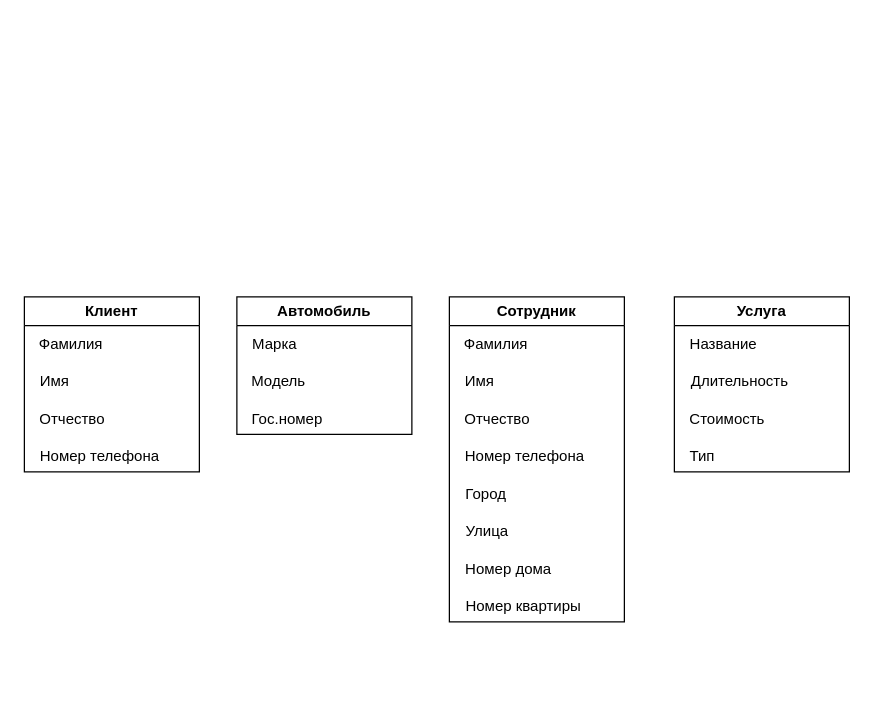
The draw.io diagram Диаграмма классов.drawio in Mejioy/PPO, before the edit. Source tidied: cells renumbered, new cells numbered last; positions are measured from the earlier drawing's top-left corner, leaving out a move shared by most shapes. Both pictures are drawn from the tidied source at 125%, with x=0, y=0 at pixel (21, 296).
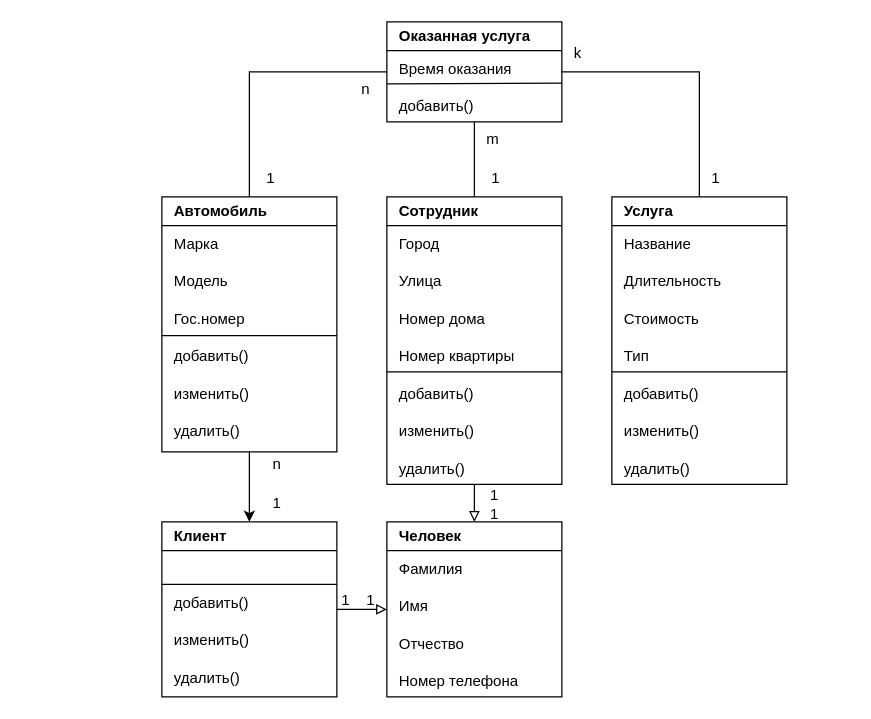
After the change.

Change to the diagram source:
```diff
@@
+    <mxCell id="25" style="edgeStyle=orthogonalEdgeStyle;rounded=0;jettySize=auto;html=1;exitX=1;exitY=0.5;exitDx=0;exitDy=0;entryX=0;entryY=0.5;entryDx=0;entryDy=0;endArrow=block;endFill=0;" parent="1" edge="1" source="2" target="59">
+      <mxGeometry relative="1" as="geometry" />
+    </mxCell>
-    <mxCell id="2" value="Клиент" style="swimlane;whiteSpace=wrap;html=1;" parent="1" vertex="1">
-      <mxGeometry x="2" width="140" height="140" as="geometry" />
+    <mxCell id="2" value="Клиент" style="swimlane;whiteSpace=wrap;html=1;spacing=0;align=left;spacingLeft=10;" parent="1" vertex="1">
+      <mxGeometry x="112" y="180" width="140" height="140" as="geometry" />
     </mxCell>
-    <mxCell id="3" value="Фамилия" style="text;html=1;align=center;verticalAlign=middle;strokeColor=none;fillColor=none;" parent="2" vertex="1">
-      <mxGeometry x="2" y="23" width="70" height="30" as="geometry" />
-    </mxCell>
-    <mxCell id="4" value="Имя" style="text;html=1;align=center;verticalAlign=middle;strokeColor=none;fillColor=none;" parent="2" vertex="1">
-      <mxGeometry x="-1" y="53" width="50" height="30" as="geometry" />
-    </mxCell>
-    <mxCell id="5" value="Отчество" style="text;html=1;align=center;verticalAlign=middle;strokeColor=none;fillColor=none;" parent="2" vertex="1">
-      <mxGeometry x="-2" y="83" width="80" height="30" as="geometry" />
-    </mxCell>
-    <mxCell id="6" value="Номер телефона" style="text;html=1;align=center;verticalAlign=middle;strokeColor=none;fillColor=none;" parent="2" vertex="1">
-      <mxGeometry y="113" width="120" height="30" as="geometry" />
-    </mxCell>
+    <mxCell id="26" value="добавить()" style="text;html=1;align=left;verticalAlign=middle;strokeColor=none;fillColor=none;spacing=0;spacingLeft=10;" parent="2" vertex="1">
+      <mxGeometry y="55" width="90" height="20" as="geometry" />
+    </mxCell>
+    <mxCell id="27" value="изменить()" style="text;html=1;align=left;verticalAlign=middle;strokeColor=none;fillColor=none;spacing=0;spacingLeft=10;" parent="2" vertex="1">
+      <mxGeometry y="85" width="90" height="20" as="geometry" />
+    </mxCell>
+    <mxCell id="28" value="удалить()" style="text;html=1;align=left;verticalAlign=middle;strokeColor=none;fillColor=none;spacing=0;spacingLeft=10;" parent="2" vertex="1">
+      <mxGeometry y="115" width="80" height="20" as="geometry" />
+    </mxCell>
+    <mxCell id="29" style="endArrow=none;html=1;rounded=0;" parent="2" edge="1">
+      <mxGeometry relative="1" as="geometry">
+        <mxPoint y="50" as="sourcePoint" />
+        <mxPoint x="140" y="50" as="targetPoint" />
+      </mxGeometry>
+    </mxCell>
+    <mxCell id="30" style="edgeStyle=orthogonalEdgeStyle;rounded=0;jettySize=auto;html=1;exitX=0.5;exitY=1;exitDx=0;exitDy=0;entryX=0.5;entryY=0;entryDx=0;entryDy=0;" parent="1" edge="1" source="7" target="2">
+      <mxGeometry relative="1" as="geometry" />
+    </mxCell>
+    <mxCell id="31" style="edgeStyle=orthogonalEdgeStyle;rounded=0;jettySize=auto;html=1;exitX=0.5;exitY=0;exitDx=0;exitDy=0;entryX=0;entryY=0.5;entryDx=0;entryDy=0;endArrow=none;endFill=0;" parent="1" edge="1" source="7" target="46">
+      <mxGeometry relative="1" as="geometry" />
+    </mxCell>
-    <mxCell id="7" value="Автомобиль" style="swimlane;whiteSpace=wrap;html=1;" parent="1" vertex="1">
-      <mxGeometry x="172" width="140" height="110" as="geometry" />
+    <mxCell id="7" value="Автомобиль" style="swimlane;whiteSpace=wrap;html=1;spacing=0;align=left;spacingLeft=10;" parent="1" vertex="1">
+      <mxGeometry x="112" y="-80" width="140" height="204" as="geometry" />
     </mxCell>
-    <mxCell id="8" value="Марка" style="text;html=1;align=center;verticalAlign=middle;strokeColor=none;fillColor=none;" parent="7" vertex="1">
-      <mxGeometry y="23" width="60" height="30" as="geometry" />
+    <mxCell id="8" value="Марка" style="text;html=1;align=left;verticalAlign=middle;strokeColor=none;fillColor=none;spacing=0;spacingLeft=10;" parent="7" vertex="1">
+      <mxGeometry y="28" width="60" height="20" as="geometry" />
     </mxCell>
-    <mxCell id="9" value="Модель" style="text;html=1;align=center;verticalAlign=middle;strokeColor=none;fillColor=none;" parent="7" vertex="1">
-      <mxGeometry x="-2" y="53" width="70" height="30" as="geometry" />
+    <mxCell id="9" value="Модель" style="text;html=1;align=left;verticalAlign=middle;strokeColor=none;fillColor=none;spacing=0;spacingLeft=10;" parent="7" vertex="1">
+      <mxGeometry y="58" width="70" height="20" as="geometry" />
     </mxCell>
-    <mxCell id="10" value="Гос.номер" style="text;html=1;align=center;verticalAlign=middle;strokeColor=none;fillColor=none;" parent="7" vertex="1">
-      <mxGeometry y="83" width="80" height="30" as="geometry" />
+    <mxCell id="10" value="Гос.номер" style="text;html=1;align=left;verticalAlign=middle;strokeColor=none;fillColor=none;spacing=0;spacingLeft=10;" parent="7" vertex="1">
+      <mxGeometry y="88" width="80" height="20" as="geometry" />
     </mxCell>
+    <mxCell id="32" value="добавить()" style="text;html=1;align=left;verticalAlign=middle;strokeColor=none;fillColor=none;spacing=0;spacingLeft=10;" parent="7" vertex="1">
+      <mxGeometry y="118" width="90" height="20" as="geometry" />
+    </mxCell>
+    <mxCell id="33" value="изменить()" style="text;html=1;align=left;verticalAlign=middle;strokeColor=none;fillColor=none;spacing=0;spacingLeft=10;" parent="7" vertex="1">
+      <mxGeometry y="148" width="90" height="20" as="geometry" />
+    </mxCell>
+    <mxCell id="34" value="удалить()" style="text;html=1;align=left;verticalAlign=middle;strokeColor=none;fillColor=none;spacing=0;spacingLeft=10;" parent="7" vertex="1">
+      <mxGeometry y="178" width="80" height="20" as="geometry" />
+    </mxCell>
+    <mxCell id="35" style="edgeStyle=orthogonalEdgeStyle;rounded=0;jettySize=auto;html=1;exitX=0.5;exitY=0;exitDx=0;exitDy=0;entryX=0.5;entryY=1;entryDx=0;entryDy=0;endArrow=none;endFill=0;spacing=0;align=left;spacingLeft=10;" parent="1" edge="1" source="11" target="46">
+      <mxGeometry relative="1" as="geometry" />
+    </mxCell>
+    <mxCell id="36" style="edgeStyle=orthogonalEdgeStyle;rounded=0;jettySize=auto;html=1;exitX=0.5;exitY=1;exitDx=0;exitDy=0;entryX=0.5;entryY=0;entryDx=0;entryDy=0;endArrow=block;endFill=0;" parent="1" edge="1" source="11" target="59">
+      <mxGeometry relative="1" as="geometry" />
+    </mxCell>
-    <mxCell id="11" value="Сотрудник" style="swimlane;whiteSpace=wrap;html=1;" parent="1" vertex="1">
-      <mxGeometry x="342" width="140" height="260" as="geometry" />
+    <mxCell id="11" value="Сотрудник" style="swimlane;whiteSpace=wrap;html=1;spacing=0;align=left;spacingLeft=10;" parent="1" vertex="1">
+      <mxGeometry x="292" y="-80" width="140" height="230" as="geometry" />
     </mxCell>
-    <mxCell id="12" value="Фамилия" style="text;html=1;align=center;verticalAlign=middle;strokeColor=none;fillColor=none;" parent="11" vertex="1">
-      <mxGeometry x="2" y="23" width="70" height="30" as="geometry" />
-    </mxCell>
-    <mxCell id="13" value="Имя" style="text;html=1;align=center;verticalAlign=middle;strokeColor=none;fillColor=none;" parent="11" vertex="1">
-      <mxGeometry x="-1" y="53" width="50" height="30" as="geometry" />
-    </mxCell>
-    <mxCell id="14" value="Отчество" style="text;html=1;align=center;verticalAlign=middle;strokeColor=none;fillColor=none;" parent="11" vertex="1">
-      <mxGeometry x="-2" y="83" width="80" height="30" as="geometry" />
-    </mxCell>
-    <mxCell id="15" value="Номер телефона" style="text;html=1;align=center;verticalAlign=middle;strokeColor=none;fillColor=none;" parent="11" vertex="1">
-      <mxGeometry y="113" width="120" height="30" as="geometry" />
-    </mxCell>
-    <mxCell id="16" value="Город" style="text;html=1;align=center;verticalAlign=middle;strokeColor=none;fillColor=none;" parent="11" vertex="1">
-      <mxGeometry x="-1" y="143" width="60" height="30" as="geometry" />
+    <mxCell id="16" value="Город" style="text;html=1;align=left;verticalAlign=middle;strokeColor=none;fillColor=none;spacing=0;spacingLeft=10;" parent="11" vertex="1">
+      <mxGeometry y="28" width="60" height="20" as="geometry" />
     </mxCell>
-    <mxCell id="17" value="Номер дома" style="text;html=1;align=center;verticalAlign=middle;strokeColor=none;fillColor=none;" parent="11" vertex="1">
-      <mxGeometry x="2" y="203" width="90" height="30" as="geometry" />
+    <mxCell id="17" value="Номер дома" style="text;html=1;align=left;verticalAlign=middle;strokeColor=none;fillColor=none;spacing=0;spacingLeft=10;" parent="11" vertex="1">
+      <mxGeometry y="88" width="100" height="20" as="geometry" />
     </mxCell>
-    <mxCell id="18" value="Улица" style="text;html=1;align=center;verticalAlign=middle;strokeColor=none;fillColor=none;" parent="11" vertex="1">
-      <mxGeometry y="173" width="60" height="30" as="geometry" />
+    <mxCell id="18" value="Улица" style="text;html=1;align=left;verticalAlign=middle;strokeColor=none;fillColor=none;spacing=0;spacingLeft=10;" parent="11" vertex="1">
+      <mxGeometry y="58" width="60" height="20" as="geometry" />
     </mxCell>
-    <mxCell id="19" value="Номер квартиры" style="text;html=1;align=center;verticalAlign=middle;strokeColor=none;fillColor=none;" parent="11" vertex="1">
-      <mxGeometry x="-1" y="233" width="120" height="30" as="geometry" />
+    <mxCell id="19" value="Номер квартиры" style="text;html=1;align=left;verticalAlign=middle;strokeColor=none;fillColor=none;spacing=0;spacingLeft=10;" parent="11" vertex="1">
+      <mxGeometry y="118" width="120" height="20" as="geometry" />
     </mxCell>
+    <mxCell id="37" value="добавить()" style="text;html=1;align=left;verticalAlign=middle;strokeColor=none;fillColor=none;spacing=0;spacingLeft=10;" parent="11" vertex="1">
+      <mxGeometry y="148" width="90" height="20" as="geometry" />
+    </mxCell>
+    <mxCell id="38" value="изменить()" style="text;html=1;align=left;verticalAlign=middle;strokeColor=none;fillColor=none;spacing=0;spacingLeft=10;" parent="11" vertex="1">
+      <mxGeometry y="178" width="90" height="20" as="geometry" />
+    </mxCell>
+    <mxCell id="39" value="удалить()" style="text;html=1;align=left;verticalAlign=middle;strokeColor=none;fillColor=none;spacing=0;spacingLeft=10;" parent="11" vertex="1">
+      <mxGeometry y="208" width="80" height="20" as="geometry" />
+    </mxCell>
+    <mxCell id="40" style="endArrow=none;html=1;rounded=0;" parent="11" edge="1">
+      <mxGeometry relative="1" as="geometry">
+        <mxPoint y="140" as="sourcePoint" />
+        <mxPoint x="140" y="140" as="targetPoint" />
+      </mxGeometry>
+    </mxCell>
+    <mxCell id="41" style="edgeStyle=orthogonalEdgeStyle;rounded=0;jettySize=auto;html=1;exitX=0.5;exitY=0;exitDx=0;exitDy=0;entryX=1;entryY=0.5;entryDx=0;entryDy=0;endArrow=none;endFill=0;spacing=0;align=left;spacingLeft=10;" parent="1" edge="1" source="20" target="46">
+      <mxGeometry relative="1" as="geometry" />
+    </mxCell>
-    <mxCell id="20" value="Услуга" style="swimlane;whiteSpace=wrap;html=1;" parent="1" vertex="1">
-      <mxGeometry x="522" width="140" height="140" as="geometry" />
+    <mxCell id="20" value="Услуга" style="swimlane;whiteSpace=wrap;html=1;spacing=0;align=left;spacingLeft=10;" parent="1" vertex="1">
+      <mxGeometry x="472" y="-80" width="140" height="230" as="geometry" />
     </mxCell>
-    <mxCell id="21" value="Название" style="text;html=1;align=center;verticalAlign=middle;strokeColor=none;fillColor=none;" parent="20" vertex="1">
-      <mxGeometry x="-1" y="23" width="80" height="30" as="geometry" />
+    <mxCell id="21" value="Название" style="text;html=1;align=left;verticalAlign=middle;strokeColor=none;fillColor=none;spacing=0;spacingLeft=10;" parent="20" vertex="1">
+      <mxGeometry y="28" width="80" height="20" as="geometry" />
     </mxCell>
-    <mxCell id="22" value="Длительность" style="text;html=1;align=center;verticalAlign=middle;strokeColor=none;fillColor=none;" parent="20" vertex="1">
-      <mxGeometry x="2" y="53" width="100" height="30" as="geometry" />
+    <mxCell id="22" value="Длительность" style="text;html=1;align=left;verticalAlign=middle;strokeColor=none;fillColor=none;spacing=0;spacingLeft=10;" parent="20" vertex="1">
+      <mxGeometry y="58" width="110" height="20" as="geometry" />
     </mxCell>
-    <mxCell id="23" value="Стоимость" style="text;html=1;align=center;verticalAlign=middle;strokeColor=none;fillColor=none;" parent="20" vertex="1">
-      <mxGeometry x="2" y="83" width="80" height="30" as="geometry" />
+    <mxCell id="23" value="Стоимость" style="text;html=1;align=left;verticalAlign=middle;strokeColor=none;fillColor=none;spacing=0;spacingLeft=10;" parent="20" vertex="1">
+      <mxGeometry y="88" width="90" height="20" as="geometry" />
     </mxCell>
-    <mxCell id="24" value="Тип" style="text;html=1;align=center;verticalAlign=middle;strokeColor=none;fillColor=none;" parent="20" vertex="1">
-      <mxGeometry x="2" y="113" width="40" height="30" as="geometry" />
+    <mxCell id="24" value="Тип" style="text;html=1;align=left;verticalAlign=middle;strokeColor=none;fillColor=none;spacing=0;spacingLeft=10;" parent="20" vertex="1">
+      <mxGeometry y="118" width="50" height="20" as="geometry" />
     </mxCell>
+    <mxCell id="42" value="добавить()" style="text;html=1;align=left;verticalAlign=middle;strokeColor=none;fillColor=none;spacing=0;spacingLeft=10;" parent="20" vertex="1">
+      <mxGeometry y="148" width="90" height="20" as="geometry" />
+    </mxCell>
+    <mxCell id="43" value="изменить()" style="text;html=1;align=left;verticalAlign=middle;strokeColor=none;fillColor=none;spacing=0;spacingLeft=10;" parent="20" vertex="1">
+      <mxGeometry y="178" width="90" height="20" as="geometry" />
+    </mxCell>
+    <mxCell id="44" value="удалить()" style="text;html=1;align=left;verticalAlign=middle;strokeColor=none;fillColor=none;spacing=0;spacingLeft=10;" parent="20" vertex="1">
+      <mxGeometry y="208" width="80" height="20" as="geometry" />
+    </mxCell>
+    <mxCell id="45" style="endArrow=none;html=1;rounded=0;" parent="20" edge="1">
+      <mxGeometry relative="1" as="geometry">
+        <mxPoint y="140" as="sourcePoint" />
+        <mxPoint x="140" y="140" as="targetPoint" />
+      </mxGeometry>
+    </mxCell>
+    <mxCell id="46" value="Оказанная услуга" style="swimlane;whiteSpace=wrap;html=1;spacing=0;align=left;spacingLeft=10;" parent="1" vertex="1">
+      <mxGeometry x="292" y="-220" width="140" height="80" as="geometry" />
+    </mxCell>
+    <mxCell id="47" value="Время оказания" style="text;align=left;verticalAlign=middle;strokeColor=none;fillColor=none;imageHeight=24;html=1;spacing=0;spacingLeft=10;" parent="46" vertex="1">
+      <mxGeometry y="28" width="120" height="20" as="geometry" />
+    </mxCell>
+    <mxCell id="48" value="добавить()" style="text;html=1;align=left;verticalAlign=middle;strokeColor=none;fillColor=none;spacing=0;spacingLeft=10;" parent="46" vertex="1">
+      <mxGeometry y="58" width="90" height="20" as="geometry" />
+    </mxCell>
+    <mxCell id="49" value="k" style="text;html=1;strokeColor=none;fillColor=none;align=left;verticalAlign=middle;whiteSpace=wrap;rounded=0;spacing=0;spacingLeft=0;" parent="1" vertex="1">
+      <mxGeometry x="442" y="-200" width="7" height="10" as="geometry" />
+    </mxCell>
+    <mxCell id="50" style="endArrow=none;html=1;rounded=0;exitX=1.003;exitY=0.649;exitDx=0;exitDy=0;spacing=0;align=left;spacingLeft=10;exitPerimeter=0;" parent="1" edge="1">
+      <mxGeometry relative="1" as="geometry">
+        <mxPoint x="292.2" y="-170.5" as="sourcePoint" />
+        <mxPoint x="432" y="-171" as="targetPoint" />
+      </mxGeometry>
+    </mxCell>
+    <mxCell id="51" value="m" style="text;html=1;strokeColor=none;fillColor=none;align=left;verticalAlign=middle;whiteSpace=wrap;rounded=0;spacing=0;spacingLeft=0;" parent="1" vertex="1">
+      <mxGeometry x="372" y="-130" width="10" height="8" as="geometry" />
+    </mxCell>
+    <mxCell id="52" value="n" style="text;html=1;strokeColor=none;fillColor=none;align=left;verticalAlign=middle;whiteSpace=wrap;rounded=0;spacing=0;spacingLeft=0;" parent="1" vertex="1">
+      <mxGeometry x="272" y="-170" width="7" height="7" as="geometry" />
+    </mxCell>
+    <mxCell id="53" value="1" style="text;html=1;strokeColor=none;fillColor=none;align=left;verticalAlign=middle;whiteSpace=wrap;rounded=0;spacing=0;spacingLeft=0;" parent="1" vertex="1">
+      <mxGeometry x="376" y="-100" width="5" height="10" as="geometry" />
+    </mxCell>
+    <mxCell id="54" value="1" style="text;html=1;strokeColor=none;fillColor=none;align=left;verticalAlign=middle;whiteSpace=wrap;rounded=0;spacing=0;spacingLeft=0;" parent="1" vertex="1">
+      <mxGeometry x="552" y="-100" width="5" height="10" as="geometry" />
+    </mxCell>
+    <mxCell id="55" value="1" style="text;html=1;strokeColor=none;fillColor=none;align=left;verticalAlign=middle;whiteSpace=wrap;rounded=0;spacing=0;spacingLeft=0;" parent="1" vertex="1">
+      <mxGeometry x="201" y="160" width="5" height="10" as="geometry" />
+    </mxCell>
+    <mxCell id="56" value="n" style="text;html=1;strokeColor=none;fillColor=none;align=left;verticalAlign=middle;whiteSpace=wrap;rounded=0;spacing=0;spacingLeft=0;" parent="1" vertex="1">
+      <mxGeometry x="201" y="130" width="7" height="7" as="geometry" />
+    </mxCell>
+    <mxCell id="57" style="endArrow=none;html=1;rounded=0;" parent="1" edge="1">
+      <mxGeometry relative="1" as="geometry">
+        <mxPoint x="112" y="31" as="sourcePoint" />
+        <mxPoint x="252" y="31" as="targetPoint" />
+      </mxGeometry>
+    </mxCell>
+    <mxCell id="58" value="1" style="text;html=1;strokeColor=none;fillColor=none;align=left;verticalAlign=middle;whiteSpace=wrap;rounded=0;spacing=0;spacingLeft=0;" parent="1" vertex="1">
+      <mxGeometry x="196" y="-100" width="5" height="10" as="geometry" />
+    </mxCell>
+    <mxCell id="59" value="Человек" style="swimlane;whiteSpace=wrap;html=1;spacing=0;align=left;spacingLeft=10;" parent="1" vertex="1">
+      <mxGeometry x="292" y="180" width="140" height="140" as="geometry" />
+    </mxCell>
+    <mxCell id="60" value="Фамилия" style="text;html=1;align=left;verticalAlign=middle;strokeColor=none;fillColor=none;spacing=0;spacingLeft=10;" parent="59" vertex="1">
+      <mxGeometry y="28" width="80" height="20" as="geometry" />
+    </mxCell>
+    <mxCell id="61" value="Отчество" style="text;html=1;align=left;verticalAlign=middle;strokeColor=none;fillColor=none;spacing=0;spacingLeft=10;" parent="59" vertex="1">
+      <mxGeometry y="88" width="80" height="20" as="geometry" />
+    </mxCell>
+    <mxCell id="62" value="Номер телефона" style="text;html=1;align=left;verticalAlign=middle;strokeColor=none;fillColor=none;spacing=0;spacingLeft=10;" parent="59" vertex="1">
+      <mxGeometry y="118" width="120" height="20" as="geometry" />
+    </mxCell>
+    <mxCell id="63" value="Имя" style="text;html=1;align=left;verticalAlign=middle;strokeColor=none;fillColor=none;spacing=0;spacingLeft=10;" parent="1" vertex="1">
+      <mxGeometry x="292" y="238" width="50" height="20" as="geometry" />
+    </mxCell>
+    <mxCell id="64" value="1" style="text;html=1;strokeColor=none;fillColor=none;align=left;verticalAlign=middle;whiteSpace=wrap;rounded=0;spacing=0;spacingLeft=0;" parent="1" vertex="1">
+      <mxGeometry x="375" y="169" width="5" height="10" as="geometry" />
+    </mxCell>
+    <mxCell id="65" value="1" style="text;html=1;strokeColor=none;fillColor=none;align=left;verticalAlign=middle;whiteSpace=wrap;rounded=0;spacing=0;spacingLeft=0;" parent="1" vertex="1">
+      <mxGeometry x="375" y="154" width="5" height="10" as="geometry" />
+    </mxCell>
+    <mxCell id="66" value="1" style="text;html=1;strokeColor=none;fillColor=none;align=left;verticalAlign=middle;whiteSpace=wrap;rounded=0;spacing=0;spacingLeft=0;" parent="1" vertex="1">
+      <mxGeometry x="256" y="238" width="5" height="10" as="geometry" />
+    </mxCell>
+    <mxCell id="67" value="1" style="text;html=1;strokeColor=none;fillColor=none;align=left;verticalAlign=middle;whiteSpace=wrap;rounded=0;spacing=0;spacingLeft=0;" parent="1" vertex="1">
+      <mxGeometry x="276" y="238" width="5" height="10" as="geometry" />
+    </mxCell>
```
